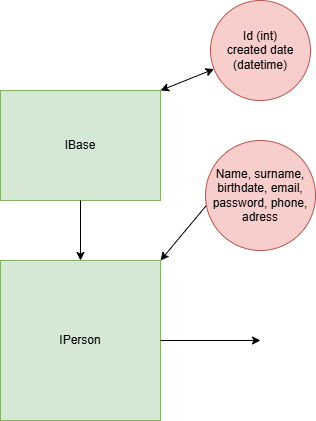
Before: Untitled Diagram.drawio.png, a diagram exported from draw.io (whitmanvari/Library_Automation). Source tidied: cells renumbered, new cells last; positions are measured from the earlier drawing's top-left corner, leaving out a move shared by most shapes. Source of this version:
```xml
<mxGraphModel>
  <root>
    <mxCell id="0" />
    <mxCell id="1" parent="0" />
    <mxCell id="2" value="IBase" style="whiteSpace=wrap;html=1;fillColor=#d5e8d4;strokeColor=#82b366;" parent="1" vertex="1">
      <mxGeometry y="90" width="160" height="110" as="geometry" />
    </mxCell>
    <mxCell id="3" style="endArrow=classic;startArrow=classic;html=1;rounded=0;exitX=1;exitY=0;exitDx=0;exitDy=0;" parent="1" edge="1" source="2" target="4">
      <mxGeometry relative="1" as="geometry" />
    </mxCell>
    <mxCell id="4" value="Id (int)&lt;div&gt;created date (datetime)&lt;/div&gt;" style="ellipse;whiteSpace=wrap;html=1;fillColor=#f8cecc;strokeColor=#b85450;" parent="1" vertex="1">
      <mxGeometry x="210" width="100" height="100" as="geometry" />
    </mxCell>
    <mxCell id="5" style="endArrow=classic;html=1;rounded=0;exitX=0.5;exitY=1;exitDx=0;exitDy=0;" parent="1" edge="1" source="2">
      <mxGeometry relative="1" as="geometry">
        <mxPoint x="80" y="260" as="targetPoint" />
      </mxGeometry>
    </mxCell>
    <mxCell id="6" value="IPerson" style="whiteSpace=wrap;html=1;fillColor=#d5e8d4;strokeColor=#82b366;" parent="1" vertex="1">
      <mxGeometry y="260" width="160" height="160" as="geometry" />
    </mxCell>
    <mxCell id="7" style="endArrow=classic;html=1;rounded=0;exitX=1;exitY=0.5;exitDx=0;exitDy=0;" parent="1" edge="1" source="6">
      <mxGeometry relative="1" as="geometry">
        <mxPoint x="260" y="340" as="targetPoint" />
      </mxGeometry>
    </mxCell>
    <mxCell id="8" style="endArrow=classic;startArrow=classic;html=1;rounded=0;exitX=1;exitY=0;exitDx=0;exitDy=0;entryX=0;entryY=0.5;entryDx=0;entryDy=0;" parent="1" edge="1" source="6" target="9">
      <mxGeometry relative="1" as="geometry" />
    </mxCell>
    <mxCell id="9" value="Name, surname, birthdate, email, password, phone, adress" style="ellipse;whiteSpace=wrap;html=1;direction=south;fillColor=#f8cecc;strokeColor=#b85450;" parent="1" vertex="1">
      <mxGeometry x="205" y="140" width="110" height="110" as="geometry" />
    </mxCell>
  </root>
</mxGraphModel>
```
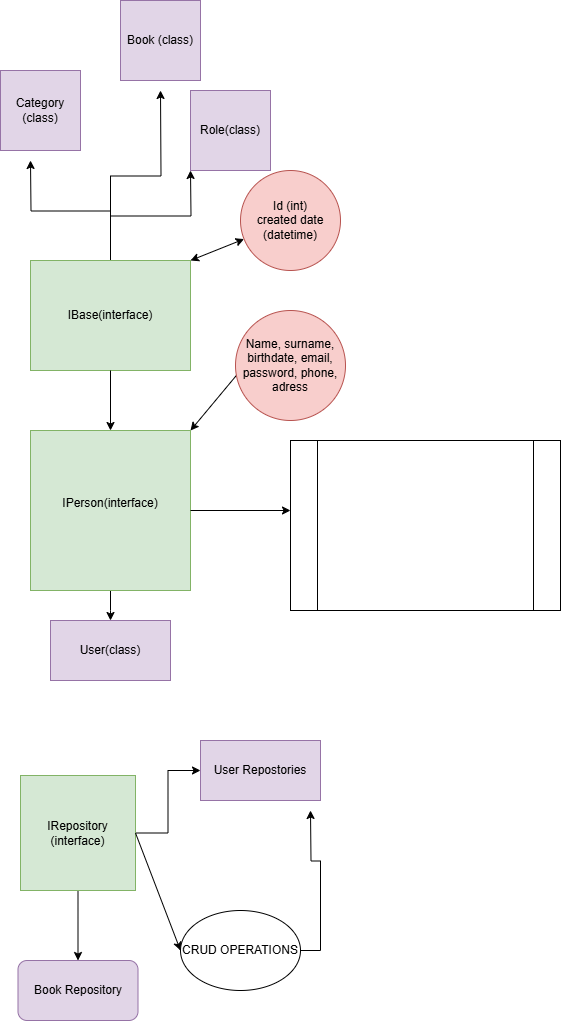
Later version of the same file.

What changed in the source:
```diff
@@ -2,7 +2,22 @@
   <root>
     <mxCell id="0" />
     <mxCell id="1" parent="0" />
+    <mxCell id="10" style="edgeStyle=orthogonalEdgeStyle;rounded=0;jettySize=auto;html=1;" parent="1" edge="1" source="2">
+      <mxGeometry relative="1" as="geometry">
+        <mxPoint x="130" y="-80" as="targetPoint" />
+      </mxGeometry>
+    </mxCell>
+    <mxCell id="11" style="edgeStyle=orthogonalEdgeStyle;rounded=0;jettySize=auto;html=1;" parent="1" edge="1" source="2">
+      <mxGeometry relative="1" as="geometry">
+        <mxPoint y="-10" as="targetPoint" />
+      </mxGeometry>
+    </mxCell>
+    <mxCell id="12" style="edgeStyle=orthogonalEdgeStyle;rounded=0;jettySize=auto;html=1;" parent="1" edge="1" source="2">
+      <mxGeometry relative="1" as="geometry">
+        <mxPoint x="160" as="targetPoint" />
+      </mxGeometry>
+    </mxCell>
-    <mxCell id="2" value="IBase" style="whiteSpace=wrap;html=1;fillColor=#d5e8d4;strokeColor=#82b366;" parent="1" vertex="1">
+    <mxCell id="2" value="IBase(interface)" style="whiteSpace=wrap;html=1;fillColor=#d5e8d4;strokeColor=#82b366;" parent="1" vertex="1">
       <mxGeometry y="90" width="160" height="110" as="geometry" />
     </mxCell>
     <mxCell id="3" style="endArrow=classic;startArrow=classic;html=1;rounded=0;exitX=1;exitY=0;exitDx=0;exitDy=0;" parent="1" edge="1" source="2" target="4">
@@ -16,7 +31,12 @@
         <mxPoint x="80" y="260" as="targetPoint" />
       </mxGeometry>
     </mxCell>
+    <mxCell id="13" style="edgeStyle=orthogonalEdgeStyle;rounded=0;jettySize=auto;html=1;" parent="1" edge="1" source="6">
+      <mxGeometry relative="1" as="geometry">
+        <mxPoint x="80" y="450" as="targetPoint" />
+      </mxGeometry>
+    </mxCell>
-    <mxCell id="6" value="IPerson" style="whiteSpace=wrap;html=1;fillColor=#d5e8d4;strokeColor=#82b366;" parent="1" vertex="1">
+    <mxCell id="6" value="IPerson(interface)&lt;div&gt;&lt;br&gt;&lt;/div&gt;" style="whiteSpace=wrap;html=1;fillColor=#d5e8d4;strokeColor=#82b366;" parent="1" vertex="1">
       <mxGeometry y="260" width="160" height="160" as="geometry" />
     </mxCell>
     <mxCell id="7" style="endArrow=classic;html=1;rounded=0;exitX=1;exitY=0.5;exitDx=0;exitDy=0;" parent="1" edge="1" source="6">
@@ -30,5 +50,53 @@
     <mxCell id="9" value="Name, surname, birthdate, email, password, phone, adress" style="ellipse;whiteSpace=wrap;html=1;direction=south;fillColor=#f8cecc;strokeColor=#b85450;" parent="1" vertex="1">
       <mxGeometry x="205" y="140" width="110" height="110" as="geometry" />
     </mxCell>
+    <mxCell id="14" style="shape=process;whiteSpace=wrap;html=1;backgroundOutline=1;" parent="1" vertex="1">
+      <mxGeometry x="260" y="270" width="270" height="170" as="geometry" />
+    </mxCell>
+    <mxCell id="15" style="edgeStyle=orthogonalEdgeStyle;rounded=0;jettySize=auto;html=1;" parent="1" edge="1" source="17" target="22">
+      <mxGeometry relative="1" as="geometry">
+        <Array as="points">
+          <mxPoint x="48" y="682" />
+          <mxPoint x="40" y="682" />
+          <mxPoint x="40" y="690" />
+          <mxPoint x="48" y="690" />
+        </Array>
+      </mxGeometry>
+    </mxCell>
+    <mxCell id="16" style="edgeStyle=orthogonalEdgeStyle;rounded=0;jettySize=auto;html=1;" parent="1" edge="1" source="17" target="26">
+      <mxGeometry relative="1" as="geometry" />
+    </mxCell>
+    <mxCell id="17" value="IRepository (interface)" style="whiteSpace=wrap;html=1;fillColor=#d5e8d4;strokeColor=#82b366;" parent="1" vertex="1">
+      <mxGeometry x="-10" y="605" width="115" height="115" as="geometry" />
+    </mxCell>
+    <mxCell id="18" style="endArrow=classic;html=1;rounded=0;exitX=1;exitY=0.5;exitDx=0;exitDy=0;entryX=0;entryY=0.5;entryDx=0;entryDy=0;" parent="1" edge="1" source="17" target="20">
+      <mxGeometry relative="1" as="geometry" />
+    </mxCell>
+    <mxCell id="19" style="edgeStyle=orthogonalEdgeStyle;rounded=0;jettySize=auto;html=1;" parent="1" edge="1" source="20">
+      <mxGeometry relative="1" as="geometry">
+        <mxPoint x="280" y="640" as="targetPoint" />
+      </mxGeometry>
+    </mxCell>
+    <mxCell id="20" value="CRUD OPERATIONS" style="ellipse;whiteSpace=wrap;html=1;" parent="1" vertex="1">
+      <mxGeometry x="150" y="740" width="120" height="80" as="geometry" />
+    </mxCell>
+    <mxCell id="21" value="Book (class)" style="whiteSpace=wrap;html=1;fillColor=#e1d5e7;strokeColor=#9673a6;" parent="1" vertex="1">
+      <mxGeometry x="90" y="-170" width="80" height="80" as="geometry" />
+    </mxCell>
+    <mxCell id="22" value="Book Repository" style="rounded=1;whiteSpace=wrap;html=1;fillColor=#e1d5e7;strokeColor=#9673a6;" parent="1" vertex="1">
+      <mxGeometry x="-12.5" y="790" width="120" height="60" as="geometry" />
+    </mxCell>
+    <mxCell id="23" value="Category (class)" style="whiteSpace=wrap;html=1;fillColor=#e1d5e7;strokeColor=#9673a6;" parent="1" vertex="1">
+      <mxGeometry x="-30" y="-100" width="80" height="80" as="geometry" />
+    </mxCell>
+    <mxCell id="24" value="Role(class)" style="whiteSpace=wrap;html=1;fillColor=#e1d5e7;strokeColor=#9673a6;" parent="1" vertex="1">
+      <mxGeometry x="160" y="-80" width="80" height="80" as="geometry" />
+    </mxCell>
+    <mxCell id="25" value="User(class)" style="rounded=0;whiteSpace=wrap;html=1;fillColor=#e1d5e7;strokeColor=#9673a6;" parent="1" vertex="1">
+      <mxGeometry x="20" y="450" width="120" height="60" as="geometry" />
+    </mxCell>
+    <mxCell id="26" value="User Repostories" style="rounded=0;whiteSpace=wrap;html=1;fillColor=#e1d5e7;strokeColor=#9673a6;" parent="1" vertex="1">
+      <mxGeometry x="170" y="570" width="120" height="60" as="geometry" />
+    </mxCell>
   </root>
 </mxGraphModel>
```
